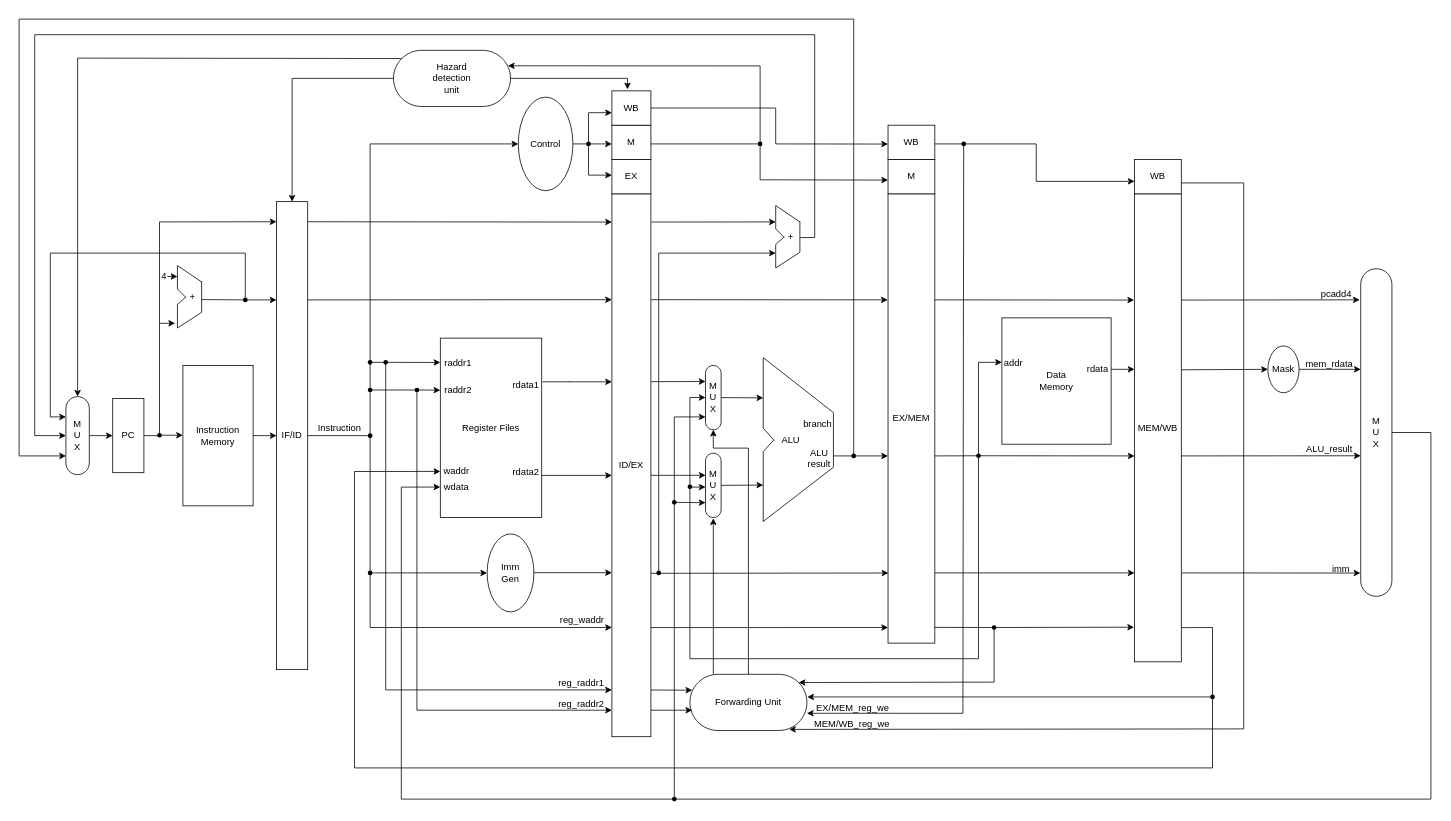
Before: CPU2.0 pipeline.drawio in Briarcresy/2026-IC-contest-JYD, a draw.io diagram. Source tidied: cells renumbered, new cells numbered last; positions are measured from the earlier drawing's top-left corner, leaving out a move shared by most shapes. Both pictures are drawn from the tidied source at 78%, with x=0, y=0 at pixel (19, 19).
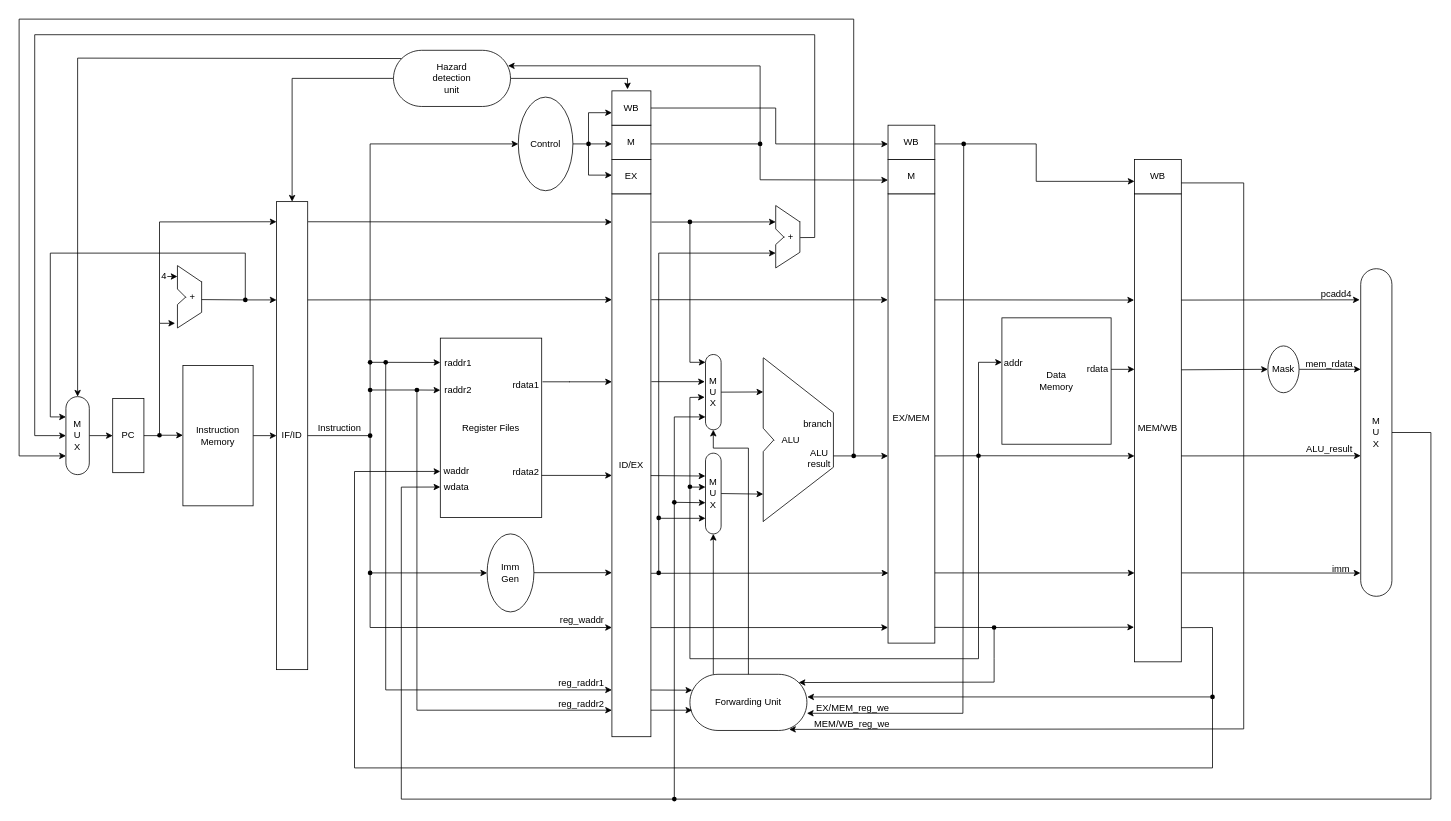
Above is the later version.

The change refers to these unchanged cells:
```xml
<mxCell id="18" value="ID/EX" style="rounded=0;whiteSpace=wrap;html=1;points=[[0,0,0,0,0],[0,0.25,0,0,0],[0,0.5,0,0,0],[0,0.74,0,0,0],[0,1,0,0,0],[0.25,0,0,0,0],[0.25,1,0,0,0],[0.5,0,0,0,0],[0.5,1,0,0,0],[0.75,0,0,0,0],[0.75,1,0,0,0],[1,0,0,0,0],[1,0.25,0,0,0],[1,0.5,0,0,0],[1,0.75,0,0,0],[1,1,0,0,0]];" parent="1" vertex="1">
  <mxGeometry x="760" y="224" width="50" height="696" as="geometry" />
</mxCell>
<mxCell id="77" value="Forwarding&amp;nbsp;&lt;span style=&quot;background-color: transparent; color: light-dark(rgb(0, 0, 0), rgb(255, 255, 255));&quot;&gt;Unit&lt;/span&gt;" style="html=1;dashed=0;whiteSpace=wrap;shape=mxgraph.dfd.start;points=[[0,0,0,10.548,10.548000000000002],[0,0,0,10.548,61.452],[0,0,0,139.452,10.548000000000002],[0,0,0,139.452,61.452],[0,0.5,0,0,0],[0.3,0,0,0,0],[0.5,0,0,0,0],[0.5,0.5,0,0,36],[1,0.5,0,0,0]];" parent="1" vertex="1">
  <mxGeometry x="860" y="840" width="150" height="72" as="geometry" />
</mxCell>
<mxCell id="123" style="shape=waypoint;sketch=0;fillStyle=solid;size=6;points=[];fillColor=none;perimeter=centerPerimeter;snapToPoint=1;" parent="1" vertex="1">
  <mxGeometry x="1220" y="549.8" width="20" height="20" as="geometry" />
</mxCell>
<mxCell id="142" style="shape=waypoint;sketch=0;fillStyle=solid;size=6;points=[];fillColor=none;perimeter=centerPerimeter;snapToPoint=1;" parent="1" vertex="1">
  <mxGeometry x="830" y="609.5" width="20" height="20" as="geometry" />
</mxCell>
```

Change to the diagram source:
```diff
@@
     <mxCell id="35" style="edgeStyle=none;rounded=0;jettySize=auto;html=1;exitX=0.5;exitY=0.5;exitDx=0;exitDy=-10;exitPerimeter=0;startSize=6;" parent="1" edge="1" source="36">
       <mxGeometry relative="1" as="geometry">
-        <mxPoint x="954" y="485.6" as="targetPoint" />
+        <mxPoint x="954" y="478" as="targetPoint" />
       </mxGeometry>
     </mxCell>
     <mxCell id="36" value="M&lt;div&gt;U&lt;/div&gt;&lt;div&gt;X&lt;/div&gt;" style="html=1;dashed=0;whiteSpace=wrap;shape=mxgraph.dfd.start;direction=south;" parent="1" vertex="1">
-      <mxGeometry x="880" y="444" width="20" height="82.5" as="geometry" />
+      <mxGeometry x="880" y="430" width="20" height="96.5" as="geometry" />
     </mxCell>
@@
     <mxCell id="38" style="edgeStyle=none;rounded=0;jettySize=auto;html=1;exitX=0.5;exitY=0.5;exitDx=0;exitDy=-10;exitPerimeter=0;startSize=6;" parent="1" edge="1" source="39">
       <mxGeometry relative="1" as="geometry">
-        <mxPoint x="954" y="597.4" as="targetPoint" />
+        <mxPoint x="954" y="609" as="targetPoint" />
       </mxGeometry>
     </mxCell>
     <mxCell id="39" value="M&lt;div&gt;U&lt;/div&gt;&lt;div&gt;X&lt;/div&gt;" style="html=1;dashed=0;whiteSpace=wrap;shape=mxgraph.dfd.start;direction=south;" parent="1" vertex="1">
-      <mxGeometry x="880" y="556.5" width="20" height="82.5" as="geometry" />
+      <mxGeometry x="880" y="556.5" width="20" height="103.5" as="geometry" />
     </mxCell>
@@
     <mxCell id="109" style="endArrow=classic;html=1;rounded=0;exitX=0.2;exitY=0;exitDx=0;exitDy=0;exitPerimeter=0;" parent="1" edge="1" source="77">
       <mxGeometry relative="1" as="geometry">
-        <mxPoint x="890" y="640" as="targetPoint" />
+        <mxPoint x="890" y="660" as="targetPoint" />
       </mxGeometry>
     </mxCell>
@@
-    <mxCell id="135" style="endArrow=classic;html=1;rounded=0;exitX=0.597;exitY=0.906;exitDx=0;exitDy=0;exitPerimeter=0;entryX=0.5;entryY=0.5;entryDx=0;entryDy=10;entryPerimeter=0;" parent="1" edge="1" source="123" target="36">
+    <mxCell id="135" style="endArrow=classic;html=1;rounded=0;exitX=0.597;exitY=0.906;exitDx=0;exitDy=0;exitPerimeter=0;entryX=0.567;entryY=1.05;entryDx=0;entryDy=0;entryPerimeter=0;" parent="1" edge="1" source="123" target="36">
       <mxGeometry relative="1" as="geometry">
         <Array as="points">
           <mxPoint x="1230" y="820" />
           <mxPoint x="860" y="820" />
           <mxPoint x="860" y="485" />
         </Array>
       </mxGeometry>
     </mxCell>
-    <mxCell id="136" style="endArrow=classic;html=1;rounded=0;exitX=1.012;exitY=0.346;exitDx=0;exitDy=0;exitPerimeter=0;entryX=0.25;entryY=1;entryDx=0;entryDy=0;entryPerimeter=0;" parent="1" edge="1" source="18" target="36">
+    <mxCell id="136" style="endArrow=classic;html=1;rounded=0;exitX=1.012;exitY=0.346;exitDx=0;exitDy=0;exitPerimeter=0;entryX=0.361;entryY=1.042;entryDx=0;entryDy=0;entryPerimeter=0;" parent="1" edge="1" source="18" target="36">
       <mxGeometry relative="1" as="geometry" />
     </mxCell>
-    <mxCell id="137" style="endArrow=classic;html=1;rounded=0;exitX=1.012;exitY=0.346;exitDx=0;exitDy=0;exitPerimeter=0;entryX=0.344;entryY=0.994;entryDx=0;entryDy=0;entryPerimeter=0;" parent="1" edge="1" target="39">
-      <mxGeometry relative="1" as="geometry">
-        <mxPoint x="810" y="584.9" as="sourcePoint" />
-      </mxGeometry>
+    <mxCell id="137" style="endArrow=classic;html=1;rounded=0;exitX=0.998;exitY=0.519;exitDx=0;exitDy=0;exitPerimeter=0;entryX=0.283;entryY=1.01;entryDx=0;entryDy=0;entryPerimeter=0;" parent="1" edge="1" source="18" target="39">
+      <mxGeometry relative="1" as="geometry" />
     </mxCell>
-    <mxCell id="138" style="endArrow=classic;html=1;rounded=0;entryX=0.527;entryY=1;entryDx=0;entryDy=0;entryPerimeter=0;" parent="1" edge="1" target="39">
+    <mxCell id="138" style="endArrow=classic;html=1;rounded=0;entryX=0.42;entryY=1.001;entryDx=0;entryDy=0;entryPerimeter=0;" parent="1" edge="1" target="39">
       <mxGeometry relative="1" as="geometry">
         <mxPoint x="860" y="600" as="sourcePoint" />
       </mxGeometry>
     </mxCell>
@@
-    <mxCell id="143" style="endArrow=classic;html=1;rounded=0;entryX=0.8;entryY=1;entryDx=0;entryDy=0;entryPerimeter=0;" parent="1" edge="1" source="142" target="36">
+    <mxCell id="143" style="endArrow=classic;html=1;rounded=0;" parent="1" edge="1" source="142">
       <mxGeometry relative="1" as="geometry">
+        <mxPoint x="880" y="510" as="targetPoint" />
         <Array as="points">
           <mxPoint x="840" y="510" />
         </Array>
       </mxGeometry>
     </mxCell>
@@
+    <mxCell id="179" style="endArrow=classic;html=1;rounded=0;entryX=0.807;entryY=1;entryDx=0;entryDy=0;entryPerimeter=0;" parent="1" edge="1" target="39">
+      <mxGeometry relative="1" as="geometry">
+        <mxPoint x="820" y="640" as="sourcePoint" />
+      </mxGeometry>
+    </mxCell>
+    <mxCell id="180" style="shape=waypoint;sketch=0;fillStyle=solid;size=6;fillColor=none;perimeter=centerPerimeter;" parent="1" vertex="1">
+      <mxGeometry x="810" y="629.5" width="20" height="20" as="geometry" />
+    </mxCell>
+    <mxCell id="181" style="endArrow=classic;html=1;rounded=0;entryX=0.104;entryY=1;entryDx=0;entryDy=0;entryPerimeter=0;" parent="1" edge="1" target="36">
+      <mxGeometry relative="1" as="geometry">
+        <mxPoint x="860" y="260" as="sourcePoint" />
+        <Array as="points">
+          <mxPoint x="860" y="440" />
+        </Array>
+      </mxGeometry>
+    </mxCell>
+    <mxCell id="182" style="shape=waypoint;sketch=0;fillStyle=solid;size=6;fillColor=none;perimeter=centerPerimeter;" parent="1" vertex="1">
+      <mxGeometry x="850" y="250" width="20" height="20" as="geometry" />
+    </mxCell>
```
